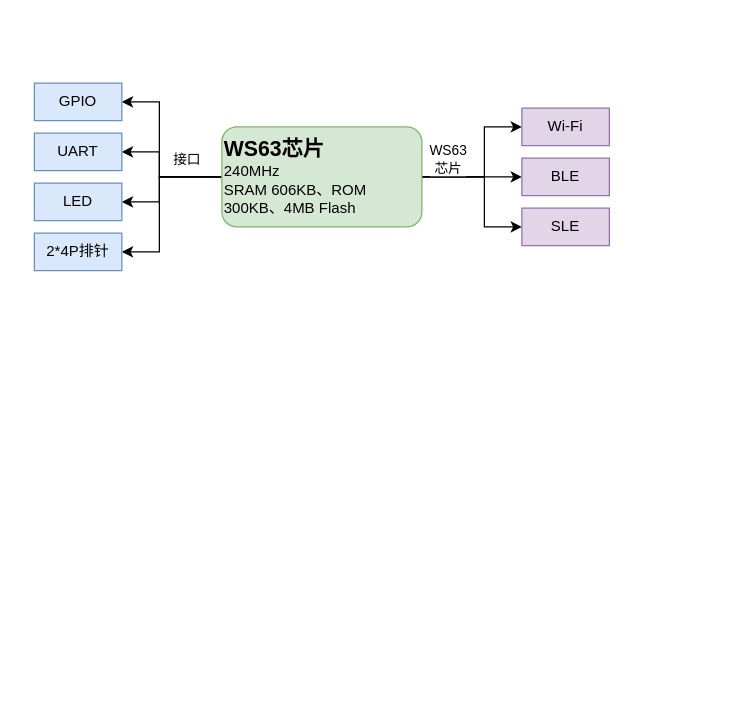
Above: WS63-01S.drawio in GaoXiaoLon/DrawIO (draw.io), before the change. Source tidied: cells renumbered, new cells numbered last; positions are measured from the earlier drawing's top-left corner, leaving out a move shared by most shapes. Both pictures are drawn from the tidied source at 125%, with x=0, y=0 at pixel (34, 82).
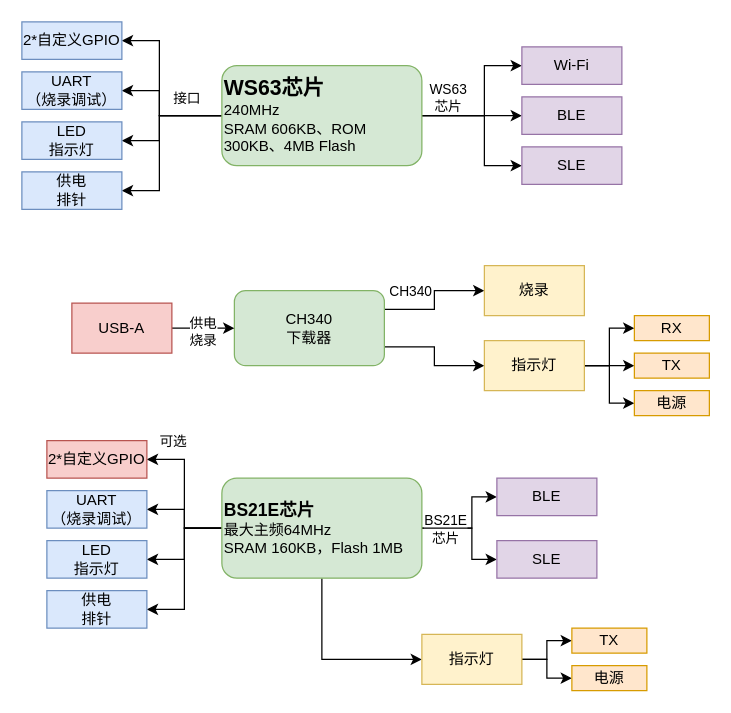
Above is the later version.

Change to the diagram source:
```diff
@@
+    <mxCell id="19" style="group;" parent="1" vertex="1">
+      <mxGeometry x="-10" y="-49" width="480" height="150" as="geometry" />
+    </mxCell>
-    <mxCell id="2" style="edgeStyle=orthogonalEdgeStyle;rounded=0;jettySize=auto;html=1;exitX=0;exitY=0.5;exitDx=0;exitDy=0;entryX=1;entryY=0.5;entryDx=0;entryDy=0;" parent="1" edge="1" source="11" target="12">
+    <mxCell id="2" style="edgeStyle=orthogonalEdgeStyle;rounded=0;jettySize=auto;html=1;exitX=0;exitY=0.5;exitDx=0;exitDy=0;entryX=1;entryY=0.5;entryDx=0;entryDy=0;" parent="19" edge="1" source="11" target="12">
       <mxGeometry relative="1" as="geometry">
         <Array as="points">
-          <mxPoint x="100" y="75" />
-          <mxPoint x="100" y="15" />
+          <mxPoint x="110" y="75" />
+          <mxPoint x="110" y="15" />
         </Array>
       </mxGeometry>
     </mxCell>
-    <mxCell id="3" style="edgeStyle=orthogonalEdgeStyle;rounded=0;jettySize=auto;html=1;exitX=0;exitY=0.5;exitDx=0;exitDy=0;entryX=1;entryY=0.5;entryDx=0;entryDy=0;" parent="1" edge="1" source="11" target="13">
+    <mxCell id="3" style="edgeStyle=orthogonalEdgeStyle;rounded=0;jettySize=auto;html=1;exitX=0;exitY=0.5;exitDx=0;exitDy=0;entryX=1;entryY=0.5;entryDx=0;entryDy=0;" parent="19" edge="1" source="11" target="13">
       <mxGeometry relative="1" as="geometry">
         <Array as="points">
-          <mxPoint x="100" y="75" />
-          <mxPoint x="100" y="55" />
+          <mxPoint x="110" y="75" />
+          <mxPoint x="110" y="55" />
         </Array>
       </mxGeometry>
     </mxCell>
-    <mxCell id="4" style="edgeStyle=orthogonalEdgeStyle;rounded=0;jettySize=auto;html=1;exitX=0;exitY=0.5;exitDx=0;exitDy=0;entryX=1;entryY=0.5;entryDx=0;entryDy=0;" parent="1" edge="1" source="11" target="14">
+    <mxCell id="4" style="edgeStyle=orthogonalEdgeStyle;rounded=0;jettySize=auto;html=1;exitX=0;exitY=0.5;exitDx=0;exitDy=0;entryX=1;entryY=0.5;entryDx=0;entryDy=0;" parent="19" edge="1" source="11" target="14">
       <mxGeometry relative="1" as="geometry">
         <Array as="points">
-          <mxPoint x="100" y="75" />
-          <mxPoint x="100" y="95" />
+          <mxPoint x="110" y="75" />
+          <mxPoint x="110" y="95" />
         </Array>
       </mxGeometry>
     </mxCell>
-    <mxCell id="5" style="edgeStyle=orthogonalEdgeStyle;rounded=0;jettySize=auto;html=1;exitX=0;exitY=0.5;exitDx=0;exitDy=0;entryX=1;entryY=0.5;entryDx=0;entryDy=0;" parent="1" edge="1" source="11" target="15">
+    <mxCell id="5" style="edgeStyle=orthogonalEdgeStyle;rounded=0;jettySize=auto;html=1;exitX=0;exitY=0.5;exitDx=0;exitDy=0;entryX=1;entryY=0.5;entryDx=0;entryDy=0;" parent="19" edge="1" source="11" target="15">
       <mxGeometry relative="1" as="geometry">
         <Array as="points">
-          <mxPoint x="100" y="75" />
-          <mxPoint x="100" y="135" />
+          <mxPoint x="110" y="75" />
+          <mxPoint x="110" y="135" />
         </Array>
       </mxGeometry>
     </mxCell>
@@
-    <mxCell id="7" style="edgeStyle=orthogonalEdgeStyle;rounded=0;jettySize=auto;html=1;exitX=1;exitY=0.5;exitDx=0;exitDy=0;entryX=0;entryY=0.5;entryDx=0;entryDy=0;" parent="1" edge="1" source="11" target="16">
+    <mxCell id="7" style="edgeStyle=orthogonalEdgeStyle;rounded=0;jettySize=auto;html=1;exitX=1;exitY=0.5;exitDx=0;exitDy=0;entryX=0;entryY=0.5;entryDx=0;entryDy=0;" parent="19" edge="1" source="11" target="16">
       <mxGeometry relative="1" as="geometry">
         <Array as="points">
-          <mxPoint x="360" y="75" />
-          <mxPoint x="360" y="35" />
+          <mxPoint x="370" y="75" />
+          <mxPoint x="370" y="35" />
         </Array>
       </mxGeometry>
     </mxCell>
-    <mxCell id="8" style="edgeStyle=orthogonalEdgeStyle;rounded=0;jettySize=auto;html=1;exitX=1;exitY=0.5;exitDx=0;exitDy=0;entryX=0;entryY=0.5;entryDx=0;entryDy=0;" parent="1" edge="1" source="11" target="17">
+    <mxCell id="8" style="edgeStyle=orthogonalEdgeStyle;rounded=0;jettySize=auto;html=1;exitX=1;exitY=0.5;exitDx=0;exitDy=0;entryX=0;entryY=0.5;entryDx=0;entryDy=0;" parent="19" edge="1" source="11" target="17">
       <mxGeometry relative="1" as="geometry" />
     </mxCell>
-    <mxCell id="9" style="edgeStyle=orthogonalEdgeStyle;rounded=0;jettySize=auto;html=1;exitX=1;exitY=0.5;exitDx=0;exitDy=0;entryX=0;entryY=0.5;entryDx=0;entryDy=0;" parent="1" edge="1" source="11" target="18">
+    <mxCell id="9" style="edgeStyle=orthogonalEdgeStyle;rounded=0;jettySize=auto;html=1;exitX=1;exitY=0.5;exitDx=0;exitDy=0;entryX=0;entryY=0.5;entryDx=0;entryDy=0;" parent="19" edge="1" source="11" target="18">
       <mxGeometry relative="1" as="geometry">
         <Array as="points">
-          <mxPoint x="360" y="75" />
-          <mxPoint x="360" y="115" />
+          <mxPoint x="370" y="75" />
+          <mxPoint x="370" y="115" />
         </Array>
       </mxGeometry>
     </mxCell>
@@
-    <mxCell id="11" value="&lt;b&gt;&lt;font style=&quot;font-size: 17px;&quot;&gt;WS63芯片&lt;/font&gt;&lt;/b&gt;&lt;div&gt;240MHz&lt;/div&gt;&lt;div&gt;SRAM 606KB、ROM 300KB、4MB Flash&amp;nbsp;&lt;/div&gt;" style="rounded=1;whiteSpace=wrap;html=1;fillColor=#d5e8d4;strokeColor=#82b366;align=left;" parent="1" vertex="1">
-      <mxGeometry x="150" y="35" width="160" height="80" as="geometry" />
+    <mxCell id="11" value="&lt;b&gt;&lt;font style=&quot;font-size: 17px;&quot;&gt;WS63芯片&lt;/font&gt;&lt;/b&gt;&lt;div&gt;240MHz&lt;/div&gt;&lt;div&gt;SRAM 606KB、ROM 300KB、4MB Flash&amp;nbsp;&lt;/div&gt;" style="rounded=1;whiteSpace=wrap;html=1;fillColor=#d5e8d4;strokeColor=#82b366;align=left;" parent="19" vertex="1">
+      <mxGeometry x="160" y="35" width="160" height="80" as="geometry" />
     </mxCell>
-    <mxCell id="12" value="GPIO" style="rounded=0;whiteSpace=wrap;html=1;fillColor=#dae8fc;strokeColor=#6c8ebf;" parent="1" vertex="1">
-      <mxGeometry width="70" height="30" as="geometry" />
+    <mxCell id="12" value="2*自定义GPIO" style="rounded=0;whiteSpace=wrap;html=1;fillColor=#dae8fc;strokeColor=#6c8ebf;" parent="19" vertex="1">
+      <mxGeometry width="80" height="30" as="geometry" />
     </mxCell>
-    <mxCell id="13" value="UART" style="rounded=0;whiteSpace=wrap;html=1;fillColor=#dae8fc;strokeColor=#6c8ebf;" parent="1" vertex="1">
-      <mxGeometry y="40" width="70" height="30" as="geometry" />
+    <mxCell id="13" value="UART&lt;br&gt;（烧录调试）" style="rounded=0;whiteSpace=wrap;html=1;fillColor=#dae8fc;strokeColor=#6c8ebf;" parent="19" vertex="1">
+      <mxGeometry y="40" width="80" height="30" as="geometry" />
     </mxCell>
-    <mxCell id="14" value="LED" style="rounded=0;whiteSpace=wrap;html=1;fillColor=#dae8fc;strokeColor=#6c8ebf;" parent="1" vertex="1">
-      <mxGeometry y="80" width="70" height="30" as="geometry" />
+    <mxCell id="14" value="LED&lt;br&gt;指示灯" style="rounded=0;whiteSpace=wrap;html=1;fillColor=#dae8fc;strokeColor=#6c8ebf;" parent="19" vertex="1">
+      <mxGeometry y="80" width="80" height="30" as="geometry" />
     </mxCell>
-    <mxCell id="15" value="2*4P排针" style="rounded=0;whiteSpace=wrap;html=1;fillColor=#dae8fc;strokeColor=#6c8ebf;" parent="1" vertex="1">
-      <mxGeometry y="120" width="70" height="30" as="geometry" />
+    <mxCell id="15" value="供电&lt;div&gt;排针&lt;/div&gt;" style="rounded=0;whiteSpace=wrap;html=1;fillColor=#dae8fc;strokeColor=#6c8ebf;" parent="19" vertex="1">
+      <mxGeometry y="120" width="80" height="30" as="geometry" />
     </mxCell>
-    <mxCell id="16" value="Wi-Fi" style="rounded=0;whiteSpace=wrap;html=1;fillColor=#e1d5e7;strokeColor=#9673a6;" parent="1" vertex="1">
-      <mxGeometry x="390" y="20" width="70" height="30" as="geometry" />
+    <mxCell id="16" value="Wi-Fi" style="rounded=0;whiteSpace=wrap;html=1;fillColor=#e1d5e7;strokeColor=#9673a6;" parent="19" vertex="1">
+      <mxGeometry x="400" y="20" width="80" height="30" as="geometry" />
     </mxCell>
-    <mxCell id="17" value="BLE" style="rounded=0;whiteSpace=wrap;html=1;fillColor=#e1d5e7;strokeColor=#9673a6;" parent="1" vertex="1">
-      <mxGeometry x="390" y="60" width="70" height="30" as="geometry" />
+    <mxCell id="17" value="BLE" style="rounded=0;whiteSpace=wrap;html=1;fillColor=#e1d5e7;strokeColor=#9673a6;" parent="19" vertex="1">
+      <mxGeometry x="400" y="60" width="80" height="30" as="geometry" />
     </mxCell>
-    <mxCell id="18" value="SLE" style="rounded=0;whiteSpace=wrap;html=1;fillColor=#e1d5e7;strokeColor=#9673a6;" parent="1" vertex="1">
-      <mxGeometry x="390" y="100" width="70" height="30" as="geometry" />
+    <mxCell id="18" value="SLE" style="rounded=0;whiteSpace=wrap;html=1;fillColor=#e1d5e7;strokeColor=#9673a6;" parent="19" vertex="1">
+      <mxGeometry x="400" y="100" width="80" height="30" as="geometry" />
     </mxCell>
+    <mxCell id="20" style="edgeStyle=orthogonalEdgeStyle;rounded=0;jettySize=auto;html=1;exitX=1;exitY=0.25;exitDx=0;exitDy=0;" parent="1" edge="1" source="23" target="27">
+      <mxGeometry relative="1" as="geometry" />
+    </mxCell>
+    <mxCell id="21" value="CH340" style="edgeLabel;html=1;align=center;verticalAlign=middle;" parent="20" vertex="1">
+      <mxGeometry x="-0.17" relative="1" as="geometry">
+        <mxPoint x="-19" y="-15" as="offset" />
+      </mxGeometry>
+    </mxCell>
+    <mxCell id="22" style="edgeStyle=orthogonalEdgeStyle;rounded=0;jettySize=auto;html=1;exitX=1;exitY=0.75;exitDx=0;exitDy=0;entryX=0;entryY=0.5;entryDx=0;entryDy=0;" parent="1" edge="1" source="23" target="31">
+      <mxGeometry relative="1" as="geometry" />
+    </mxCell>
+    <mxCell id="23" value="&lt;div&gt;CH340&lt;/div&gt;下载器" style="rounded=1;whiteSpace=wrap;html=1;fillColor=#d5e8d4;strokeColor=#82b366;" parent="1" vertex="1">
+      <mxGeometry x="160" y="166" width="120" height="60" as="geometry" />
+    </mxCell>
+    <mxCell id="24" style="edgeStyle=orthogonalEdgeStyle;rounded=0;jettySize=auto;html=1;exitX=1;exitY=0.5;exitDx=0;exitDy=0;entryX=0;entryY=0.5;entryDx=0;entryDy=0;" parent="1" edge="1" source="26" target="23">
+      <mxGeometry relative="1" as="geometry" />
+    </mxCell>
+    <mxCell id="25" value="供电&lt;div&gt;烧录&lt;/div&gt;" style="edgeLabel;html=1;align=center;verticalAlign=middle;" parent="24" vertex="1">
+      <mxGeometry x="-0.04" y="-2" relative="1" as="geometry" />
+    </mxCell>
+    <mxCell id="26" value="USB-A" style="rounded=0;whiteSpace=wrap;html=1;fillColor=#f8cecc;strokeColor=#b85450;" parent="1" vertex="1">
+      <mxGeometry x="30" y="176" width="80" height="40" as="geometry" />
+    </mxCell>
+    <mxCell id="27" value="烧录" style="whiteSpace=wrap;html=1;fillColor=#fff2cc;strokeColor=#d6b656;" parent="1" vertex="1">
+      <mxGeometry x="360" y="146" width="80" height="40" as="geometry" />
+    </mxCell>
+    <mxCell id="28" style="edgeStyle=orthogonalEdgeStyle;rounded=0;jettySize=auto;html=1;" parent="1" edge="1" source="31" target="32">
+      <mxGeometry relative="1" as="geometry" />
+    </mxCell>
+    <mxCell id="29" style="edgeStyle=orthogonalEdgeStyle;rounded=0;jettySize=auto;html=1;exitX=1;exitY=0.5;exitDx=0;exitDy=0;entryX=0;entryY=0.5;entryDx=0;entryDy=0;" parent="1" edge="1" source="31" target="33">
+      <mxGeometry relative="1" as="geometry" />
+    </mxCell>
+    <mxCell id="30" style="edgeStyle=orthogonalEdgeStyle;rounded=0;jettySize=auto;html=1;exitX=1;exitY=0.5;exitDx=0;exitDy=0;entryX=0;entryY=0.5;entryDx=0;entryDy=0;" parent="1" edge="1" source="31" target="34">
+      <mxGeometry relative="1" as="geometry" />
+    </mxCell>
+    <mxCell id="31" value="指示灯" style="rounded=0;whiteSpace=wrap;html=1;fillColor=#fff2cc;strokeColor=#d6b656;" parent="1" vertex="1">
+      <mxGeometry x="360" y="206" width="80" height="40" as="geometry" />
+    </mxCell>
+    <mxCell id="32" value="RX" style="whiteSpace=wrap;html=1;rounded=0;fillColor=#ffe6cc;strokeColor=#d79b00;" parent="1" vertex="1">
+      <mxGeometry x="480" y="186" width="60" height="20" as="geometry" />
+    </mxCell>
+    <mxCell id="33" value="TX" style="whiteSpace=wrap;html=1;rounded=0;fillColor=#ffe6cc;strokeColor=#d79b00;" parent="1" vertex="1">
+      <mxGeometry x="480" y="216" width="60" height="20" as="geometry" />
+    </mxCell>
+    <mxCell id="34" value="电源" style="whiteSpace=wrap;html=1;rounded=0;fillColor=#ffe6cc;strokeColor=#d79b00;" parent="1" vertex="1">
+      <mxGeometry x="480" y="246" width="60" height="20" as="geometry" />
+    </mxCell>
+    <mxCell id="35" style="edgeStyle=orthogonalEdgeStyle;rounded=0;jettySize=auto;html=1;exitX=1;exitY=0.5;exitDx=0;exitDy=0;entryX=0;entryY=0.5;entryDx=0;entryDy=0;" parent="1" edge="1" source="44" target="45">
+      <mxGeometry relative="1" as="geometry">
+        <Array as="points">
+          <mxPoint x="350" y="356" />
+          <mxPoint x="350" y="331" />
+        </Array>
+      </mxGeometry>
+    </mxCell>
+    <mxCell id="36" value="BS21E&lt;div&gt;芯片&lt;/div&gt;" style="edgeLabel;html=1;align=center;verticalAlign=middle;" parent="35" vertex="1">
+      <mxGeometry x="-0.58" y="7" relative="1" as="geometry">
+        <mxPoint y="7" as="offset" />
+      </mxGeometry>
+    </mxCell>
+    <mxCell id="37" style="edgeStyle=orthogonalEdgeStyle;rounded=0;jettySize=auto;html=1;exitX=1;exitY=0.5;exitDx=0;exitDy=0;entryX=0;entryY=0.5;entryDx=0;entryDy=0;" parent="1" edge="1" source="44" target="46">
+      <mxGeometry relative="1" as="geometry">
+        <Array as="points">
+          <mxPoint x="350" y="356" />
+          <mxPoint x="350" y="381" />
+        </Array>
+      </mxGeometry>
+    </mxCell>
+    <mxCell id="38" style="edgeStyle=orthogonalEdgeStyle;rounded=0;jettySize=auto;html=1;exitX=0.5;exitY=1;exitDx=0;exitDy=0;entryX=0;entryY=0.5;entryDx=0;entryDy=0;" parent="1" edge="1" source="44" target="49">
+      <mxGeometry relative="1" as="geometry" />
+    </mxCell>
+    <mxCell id="39" style="edgeStyle=orthogonalEdgeStyle;rounded=0;jettySize=auto;html=1;exitX=0;exitY=0.5;exitDx=0;exitDy=0;entryX=1;entryY=0.5;entryDx=0;entryDy=0;" parent="1" edge="1" source="44" target="52">
+      <mxGeometry relative="1" as="geometry" />
+    </mxCell>
+    <mxCell id="40" value="可选" style="edgeLabel;html=1;align=center;verticalAlign=middle;" parent="39" vertex="1">
+      <mxGeometry x="0.75" y="1" relative="1" as="geometry">
+        <mxPoint x="6" y="-16" as="offset" />
+      </mxGeometry>
+    </mxCell>
+    <mxCell id="41" style="edgeStyle=orthogonalEdgeStyle;rounded=0;jettySize=auto;html=1;exitX=0;exitY=0.5;exitDx=0;exitDy=0;entryX=1;entryY=0.5;entryDx=0;entryDy=0;" parent="1" edge="1" source="44" target="53">
+      <mxGeometry relative="1" as="geometry" />
+    </mxCell>
+    <mxCell id="42" style="edgeStyle=orthogonalEdgeStyle;rounded=0;jettySize=auto;html=1;exitX=0;exitY=0.5;exitDx=0;exitDy=0;entryX=1;entryY=0.5;entryDx=0;entryDy=0;" parent="1" edge="1" source="44" target="54">
+      <mxGeometry relative="1" as="geometry" />
+    </mxCell>
+    <mxCell id="43" style="edgeStyle=orthogonalEdgeStyle;rounded=0;jettySize=auto;html=1;exitX=0;exitY=0.5;exitDx=0;exitDy=0;entryX=1;entryY=0.5;entryDx=0;entryDy=0;" parent="1" edge="1" source="44" target="55">
+      <mxGeometry relative="1" as="geometry" />
+    </mxCell>
+    <mxCell id="44" value="&lt;div&gt;&lt;b&gt;&lt;font style=&quot;font-size: 14px;&quot;&gt;BS21E芯片&lt;/font&gt;&lt;/b&gt;&lt;/div&gt;&lt;div&gt;&lt;div&gt;最大主频64MHz&lt;/div&gt;&lt;div&gt;SRAM 160KB，Flash 1MB&lt;/div&gt;&lt;/div&gt;" style="rounded=1;whiteSpace=wrap;html=1;fillColor=#d5e8d4;strokeColor=#82b366;align=left;" parent="1" vertex="1">
+      <mxGeometry x="150" y="316" width="160" height="80" as="geometry" />
+    </mxCell>
+    <mxCell id="45" value="BLE" style="rounded=0;whiteSpace=wrap;html=1;fillColor=#e1d5e7;strokeColor=#9673a6;" parent="1" vertex="1">
+      <mxGeometry x="370" y="316" width="80" height="30" as="geometry" />
+    </mxCell>
+    <mxCell id="46" value="SLE" style="rounded=0;whiteSpace=wrap;html=1;fillColor=#e1d5e7;strokeColor=#9673a6;" parent="1" vertex="1">
+      <mxGeometry x="370" y="366" width="80" height="30" as="geometry" />
+    </mxCell>
+    <mxCell id="47" style="edgeStyle=orthogonalEdgeStyle;rounded=0;jettySize=auto;html=1;exitX=1;exitY=0.5;exitDx=0;exitDy=0;entryX=0;entryY=0.5;entryDx=0;entryDy=0;" parent="1" edge="1" source="49" target="50">
+      <mxGeometry relative="1" as="geometry" />
+    </mxCell>
+    <mxCell id="48" style="edgeStyle=orthogonalEdgeStyle;rounded=0;jettySize=auto;html=1;exitX=1;exitY=0.5;exitDx=0;exitDy=0;entryX=0;entryY=0.5;entryDx=0;entryDy=0;" parent="1" edge="1" source="49" target="51">
+      <mxGeometry relative="1" as="geometry" />
+    </mxCell>
+    <mxCell id="49" value="指示灯" style="rounded=0;whiteSpace=wrap;html=1;fillColor=#fff2cc;strokeColor=#d6b656;" parent="1" vertex="1">
+      <mxGeometry x="310" y="441" width="80" height="40" as="geometry" />
+    </mxCell>
+    <mxCell id="50" value="TX" style="whiteSpace=wrap;html=1;rounded=0;fillColor=#ffe6cc;strokeColor=#d79b00;" parent="1" vertex="1">
+      <mxGeometry x="430" y="436" width="60" height="20" as="geometry" />
+    </mxCell>
+    <mxCell id="51" value="电源" style="whiteSpace=wrap;html=1;rounded=0;fillColor=#ffe6cc;strokeColor=#d79b00;" parent="1" vertex="1">
+      <mxGeometry x="430" y="466" width="60" height="20" as="geometry" />
+    </mxCell>
+    <mxCell id="52" value="2*自定义GPIO" style="rounded=0;whiteSpace=wrap;html=1;fillColor=#f8cecc;strokeColor=#b85450;" parent="1" vertex="1">
+      <mxGeometry x="10" y="286" width="80" height="30" as="geometry" />
+    </mxCell>
+    <mxCell id="53" value="UART&lt;br&gt;（烧录调试）" style="rounded=0;whiteSpace=wrap;html=1;fillColor=#dae8fc;strokeColor=#6c8ebf;" parent="1" vertex="1">
+      <mxGeometry x="10" y="326" width="80" height="30" as="geometry" />
+    </mxCell>
+    <mxCell id="54" value="LED&lt;br&gt;指示灯" style="rounded=0;whiteSpace=wrap;html=1;fillColor=#dae8fc;strokeColor=#6c8ebf;" parent="1" vertex="1">
+      <mxGeometry x="10" y="366" width="80" height="30" as="geometry" />
+    </mxCell>
+    <mxCell id="55" value="供电&lt;div&gt;排针&lt;/div&gt;" style="rounded=0;whiteSpace=wrap;html=1;fillColor=#dae8fc;strokeColor=#6c8ebf;" parent="1" vertex="1">
+      <mxGeometry x="10" y="406" width="80" height="30" as="geometry" />
+    </mxCell>
```
